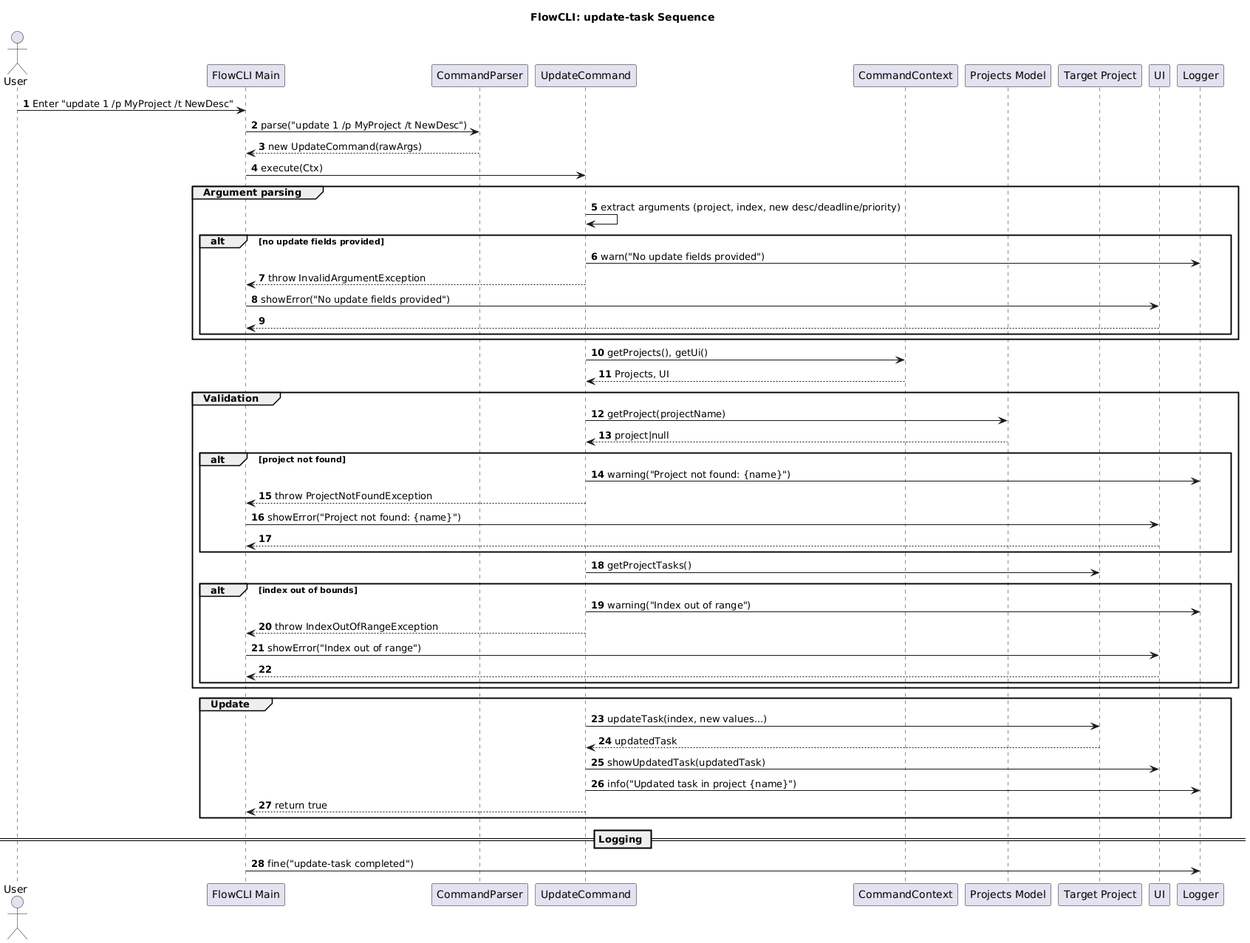
Above: docs/plantUML/task-management/update-task-seq-diag.png in sean6369/tp (PlantUML), before the change.
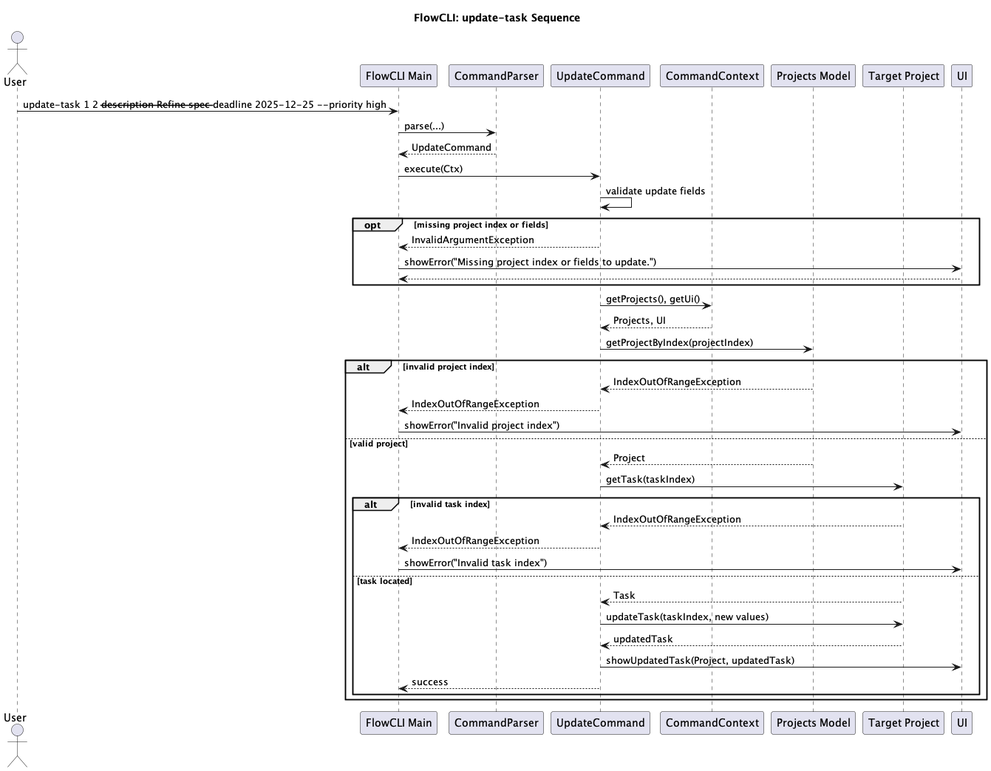
The same file after the commit.

Commit message:
update task mgmt plantUML diagrams

Diff of the diagram source:
```diff
@@ -1,6 +1,5 @@
-@startuml
+@startuml UpdateTaskSequenceDiagram
 title FlowCLI: update-task Sequence
-autonumber
 
 actor User
 participant "FlowCLI Main" as CLI
@@ -10,53 +9,45 @@
 participant "Projects Model" as Projects
 participant "Target Project" as Project
 participant "UI" as UI
-participant "Logger" as Log
 
-User -> CLI: Enter "update 1 /p MyProject /t NewDesc"
-CLI -> Parser: parse("update 1 /p MyProject /t NewDesc")
-Parser --> CLI: new UpdateCommand(rawArgs)
+User -> CLI: update-task 1 2 --description Refine spec --deadline 2025-12-25 --priority high
+CLI -> Parser: parse(...)
+Parser --> CLI: UpdateCommand
 
 CLI -> UpdateCmd: execute(Ctx)
 
-group Argument parsing
-  UpdateCmd -> UpdateCmd: extract arguments (project, index, new desc/deadline/priority)
-  alt no update fields provided
-    UpdateCmd -> Log: warn("No update fields provided")
-    UpdateCmd --> CLI: throw InvalidArgumentException
-    CLI -> UI: showError("No update fields provided")
+UpdateCmd -> UpdateCmd: validate update fields
+
+opt missing project index or fields
+    UpdateCmd --> CLI: InvalidArgumentException
+    CLI -> UI: showError("Missing project index or fields to update.")
     return
-  end
 end
 
 UpdateCmd -> Ctx: getProjects(), getUi()
 Ctx --> UpdateCmd: Projects, UI
 
-group Validation
-  UpdateCmd -> Projects: getProject(projectName)
-  Projects --> UpdateCmd: project|null
-  alt project not found
-    UpdateCmd -> Log: warning("Project not found: {name}")
-    UpdateCmd --> CLI: throw ProjectNotFoundException
-    CLI -> UI: showError("Project not found: {name}")
-    return
-  end
-  UpdateCmd -> Project: getProjectTasks()
-  alt index out of bounds
-    UpdateCmd -> Log: warning("Index out of range")
-    UpdateCmd --> CLI: throw IndexOutOfRangeException
-    CLI -> UI: showError("Index out of range")
-    return
-  end
+UpdateCmd -> Projects: getProjectByIndex(projectIndex)
+
+alt invalid project index
+    Projects --> UpdateCmd: IndexOutOfRangeException
+    UpdateCmd --> CLI: IndexOutOfRangeException
+    CLI -> UI: showError("Invalid project index")
+else valid project
+    Projects --> UpdateCmd: Project
+    UpdateCmd -> Project: getTask(taskIndex)
+
+    alt invalid task index
+        Project --> UpdateCmd: IndexOutOfRangeException
+        UpdateCmd --> CLI: IndexOutOfRangeException
+        CLI -> UI: showError("Invalid task index")
+    else task located
+        Project --> UpdateCmd: Task
+        UpdateCmd -> Project: updateTask(taskIndex, new values)
+        Project --> UpdateCmd: updatedTask
+        UpdateCmd -> UI: showUpdatedTask(Project, updatedTask)
+        UpdateCmd --> CLI: success
+    end
 end
 
-group Update
-  UpdateCmd -> Project: updateTask(index, new values...)
-  Project --> UpdateCmd: updatedTask
-  UpdateCmd -> UI: showUpdatedTask(updatedTask)
-  UpdateCmd -> Log: info("Updated task in project {name}")
-  UpdateCmd --> CLI: return true
-end
-
-== Logging ==
-CLI -> Log: fine("update-task completed")
 @enduml
```
